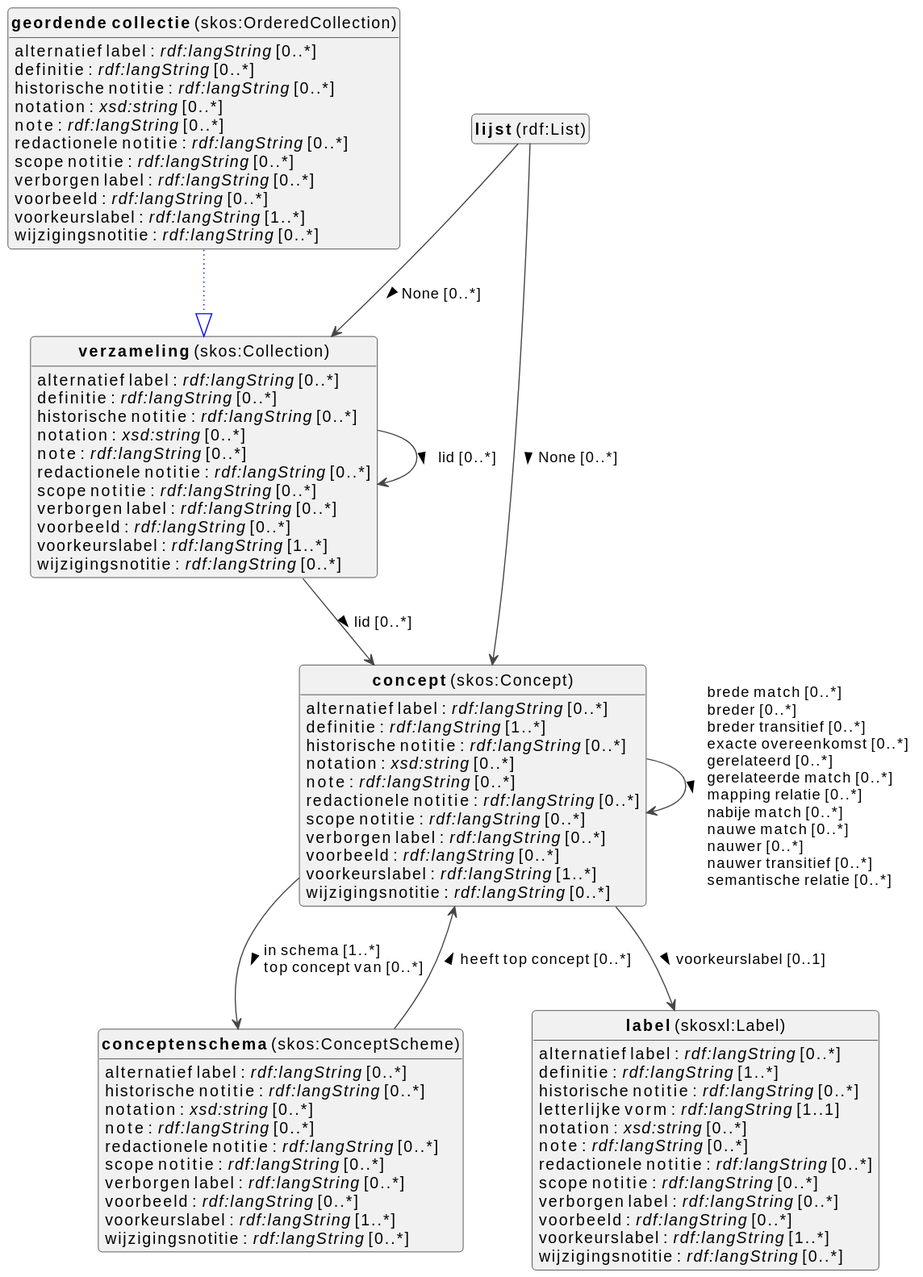
The PlantUML diagram docs/metadata/knowledge-graph/0.0.1/terms/nl/terms-diagram.svg in viaacode/documentation-jekyll, before a commit.
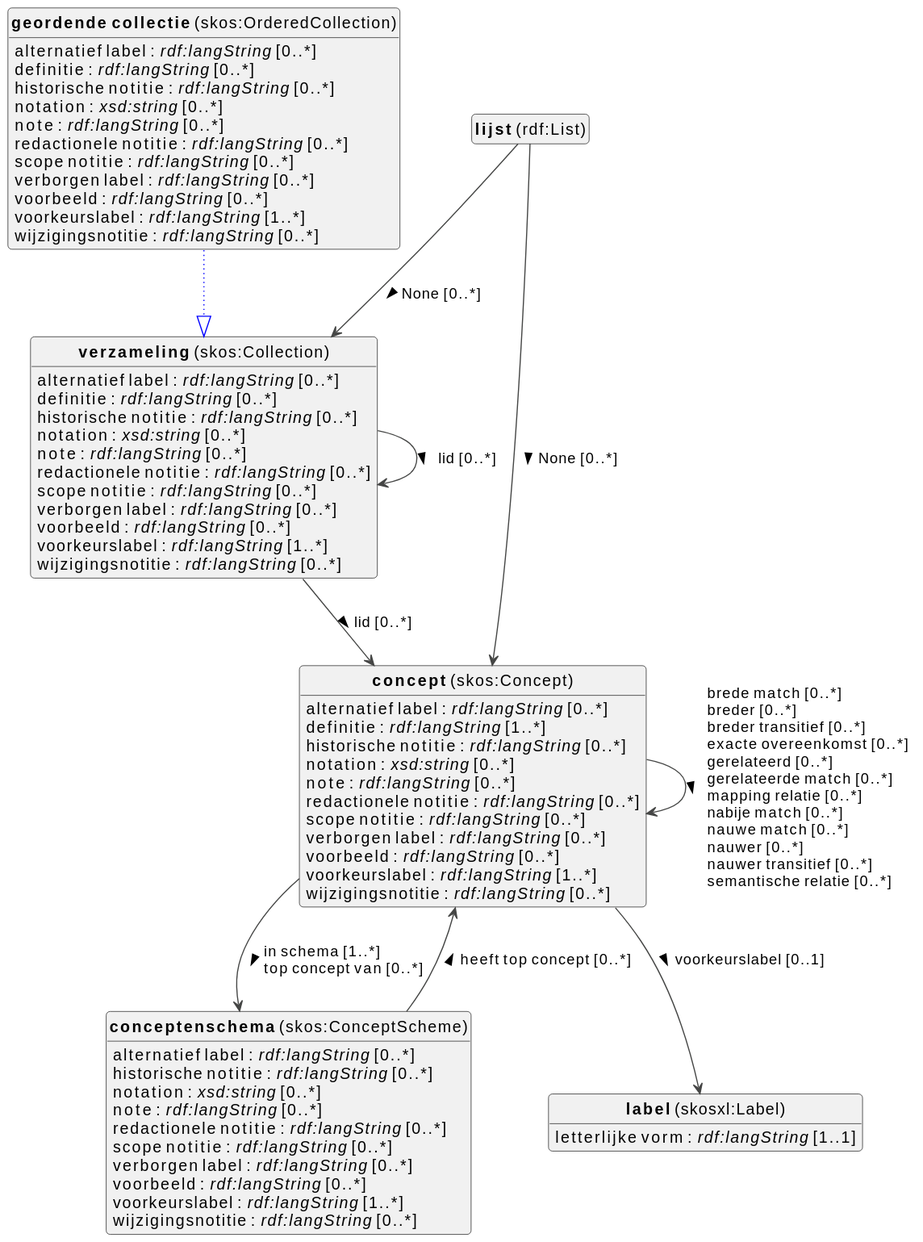
Above is the later version.

The edit, as a diff of the source:
```diff
@@ -68,19 +68,7 @@
 
 
 
-skosxl_Label : alternatief label : <i>rdf:langString</i> [0..*]
-skosxl_Label : definitie : <i>rdf:langString</i> [1..*]
-skosxl_Label : historische notitie : <i>rdf:langString</i> [0..*]
 skosxl_Label : letterlijke vorm : <i>rdf:langString</i> [1..1]
-skosxl_Label : notation : <i>xsd:string</i> [0..*]
-skosxl_Label : note : <i>rdf:langString</i> [0..*]
-skosxl_Label : redactionele notitie : <i>rdf:langString</i> [0..*]
-skosxl_Label : scope notitie : <i>rdf:langString</i> [0..*]
-skosxl_Label : verborgen label : <i>rdf:langString</i> [0..*]
-skosxl_Label : voorbeeld : <i>rdf:langString</i> [0..*]
-skosxl_Label : voorkeurslabel : <i>rdf:langString</i> [1..*]
-skosxl_Label : wijzigingsnotitie : <i>rdf:langString</i> [0..*]
-
 
 
 
```
